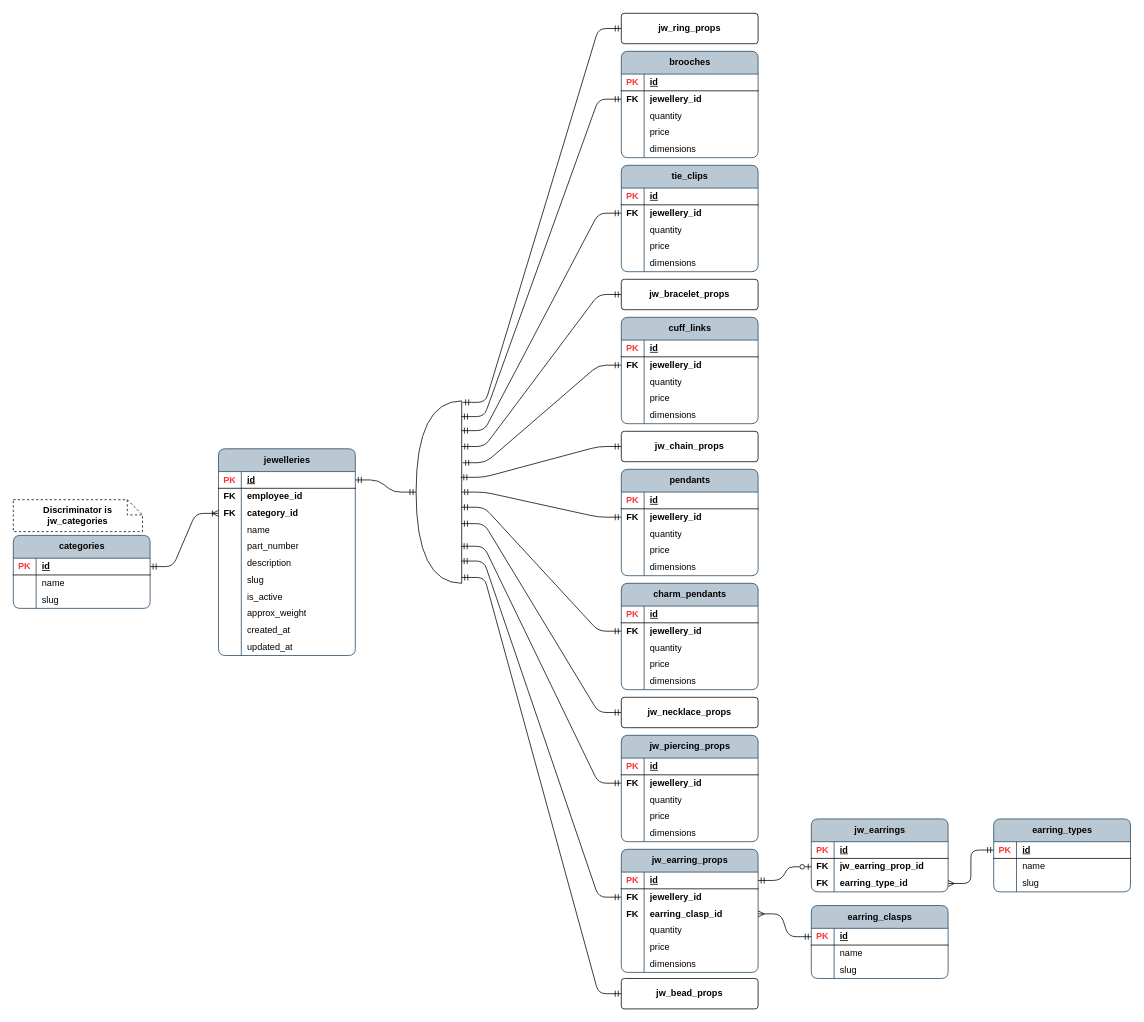
Local-development-environment/msg-brokers-publisher-consumer keeps this draw.io diagram as page "psql_jewellery" (1 of 13) of publisher/laravel-app/psql_jewellery_items.drawio. Above is the earlier version. Source tidied: cells renumbered, new cells numbered last; positions are measured from the earlier drawing's top-left corner, leaving out a move shared by most shapes. Both pictures are drawn from the tidied source at 76%, with x=0, y=0 at pixel (13, 13).
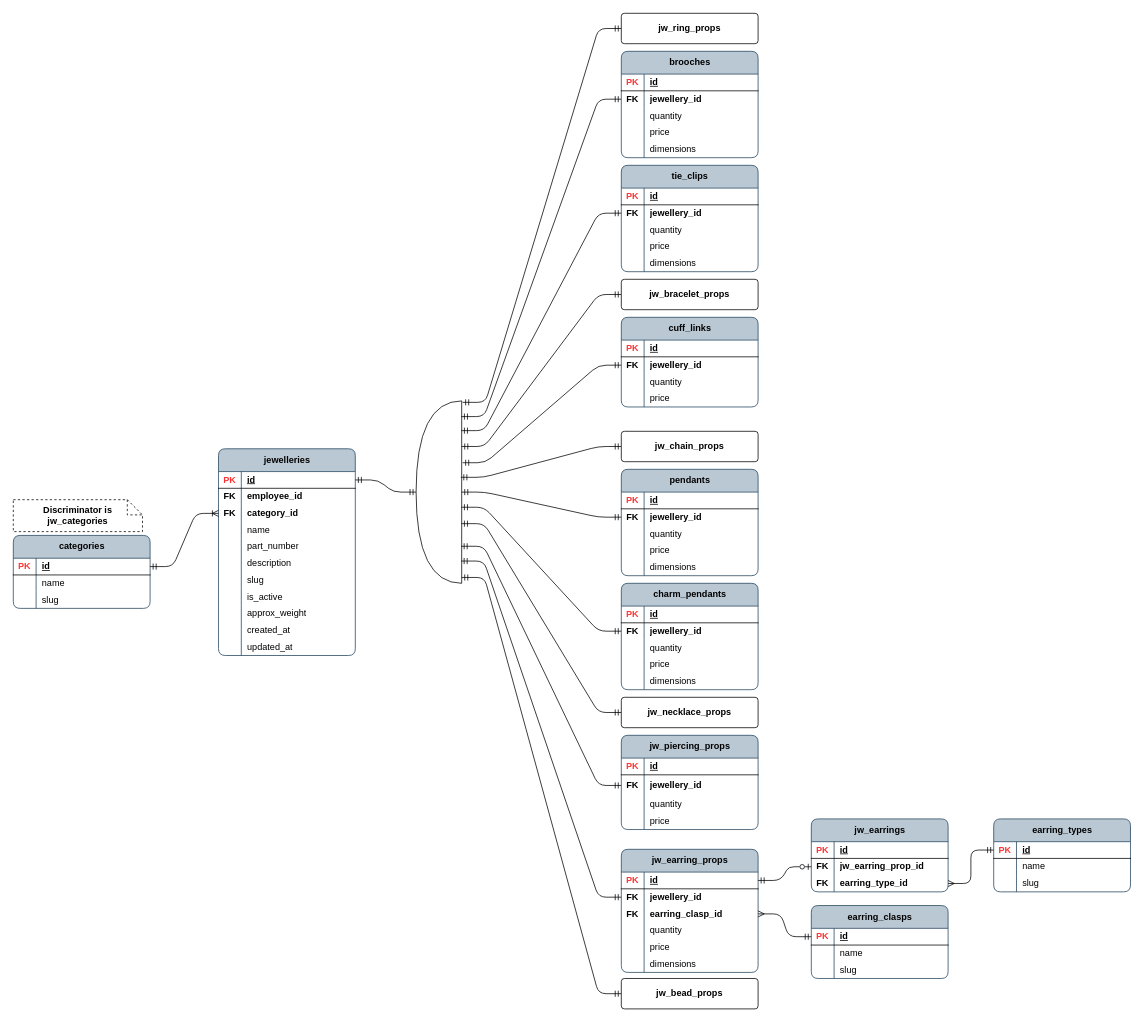
Above is the later version.

Change to the diagram source:
```diff
@@
     <mxCell id="95" value="cuff_links" style="shape=table;startSize=30;childLayout=tableLayout;rowLines=0;fontStyle=1;align=center;html=1;rounded=1;swimlaneFillColor=none;fillColor=#bac8d3;strokeColor=#23445d;columnLines=1;arcSize=10;" parent="1" vertex="1">
-      <mxGeometry x="800" y="400" width="180" height="140" as="geometry" />
+      <mxGeometry x="800" y="400" width="180" height="118" as="geometry" />
     </mxCell>
@@
-    <mxCell id="108" style="shape=tableRow;horizontal=0;startSize=0;swimlaneHead=0;swimlaneBody=0;fillColor=none;top=0;left=0;right=0;bottom=0;rounded=0;" parent="95" vertex="1">
-      <mxGeometry y="118" width="180" height="22" as="geometry" />
-    </mxCell>
-    <mxCell id="109" style="shape=partialRectangle;fillColor=none;top=0;left=0;bottom=0;right=0;overflow=hidden;whiteSpace=wrap;html=1;" parent="108" vertex="1">
-      <mxGeometry width="30" height="22" as="geometry" />
-    </mxCell>
-    <mxCell id="110" value="dimensions" style="shape=partialRectangle;fillColor=none;top=0;left=0;bottom=0;right=0;align=left;spacingLeft=6;overflow=hidden;whiteSpace=wrap;html=1;" parent="108" vertex="1">
-      <mxGeometry x="30" width="150" height="22" as="geometry" />
-    </mxCell>
@@
-    <mxCell id="145" value="jw_piercing_props" style="shape=table;startSize=30;childLayout=tableLayout;rowLines=0;fontStyle=1;align=center;html=1;rounded=1;swimlaneFillColor=default;fillColor=#bac8d3;strokeColor=#23445d;columnLines=1;arcSize=10;" parent="1" vertex="1">
-      <mxGeometry x="800" y="950" width="180" height="140" as="geometry" />
+    <mxCell id="145" value="jw_piercing_props" style="shape=table;startSize=30;childLayout=tableLayout;rowLines=0;fontStyle=1;align=center;html=1;rounded=1;swimlaneFillColor=none;fillColor=#bac8d3;strokeColor=#23445d;columnLines=1;arcSize=10;gradientColor=none;" parent="1" vertex="1">
+      <mxGeometry x="800" y="950" width="180" height="124" as="geometry" />
     </mxCell>
@@
     <mxCell id="149" style="shape=tableRow;horizontal=0;startSize=0;swimlaneHead=0;swimlaneBody=0;fillColor=none;points=[[0,0.5],[1,0.5]];portConstraint=eastwest;top=0;left=0;right=0;bottom=0;rounded=0;" parent="145" vertex="1">
-      <mxGeometry y="52" width="180" height="22" as="geometry" />
+      <mxGeometry y="52" width="180" height="28" as="geometry" />
     </mxCell>
     <mxCell id="150" value="&lt;b&gt;FK&lt;/b&gt;" style="shape=partialRectangle;fillColor=none;top=0;left=0;bottom=0;right=0;overflow=hidden;whiteSpace=wrap;html=1;" parent="149" vertex="1">
-      <mxGeometry width="30" height="22" as="geometry" />
+      <mxGeometry width="30" height="28" as="geometry" />
     </mxCell>
     <mxCell id="151" value="&lt;b&gt;jewellery_id&lt;/b&gt;" style="shape=partialRectangle;fillColor=none;top=0;left=0;bottom=0;right=0;align=left;spacingLeft=6;overflow=hidden;whiteSpace=wrap;html=1;" parent="149" vertex="1">
-      <mxGeometry x="30" width="150" height="22" as="geometry" />
+      <mxGeometry x="30" width="150" height="28" as="geometry" />
     </mxCell>
     <mxCell id="152" style="shape=tableRow;horizontal=0;startSize=0;swimlaneHead=0;swimlaneBody=0;fillColor=none;top=0;left=0;right=0;bottom=0;rounded=0;" parent="145" vertex="1">
-      <mxGeometry y="74" width="180" height="22" as="geometry" />
+      <mxGeometry y="80" width="180" height="22" as="geometry" />
     </mxCell>
@@
     <mxCell id="155" style="shape=tableRow;horizontal=0;startSize=0;swimlaneHead=0;swimlaneBody=0;fillColor=none;top=0;left=0;right=0;bottom=0;rounded=0;" parent="145" vertex="1">
-      <mxGeometry y="96" width="180" height="22" as="geometry" />
+      <mxGeometry y="102" width="180" height="22" as="geometry" />
     </mxCell>
@@
-    <mxCell id="158" style="shape=tableRow;horizontal=0;startSize=0;swimlaneHead=0;swimlaneBody=0;fillColor=none;top=0;left=0;right=0;bottom=0;rounded=0;" parent="145" vertex="1">
-      <mxGeometry y="118" width="180" height="22" as="geometry" />
-    </mxCell>
-    <mxCell id="159" style="shape=partialRectangle;fillColor=none;top=0;left=0;bottom=0;right=0;overflow=hidden;whiteSpace=wrap;html=1;" parent="158" vertex="1">
-      <mxGeometry width="30" height="22" as="geometry" />
-    </mxCell>
-    <mxCell id="160" value="dimensions" style="shape=partialRectangle;fillColor=none;top=0;left=0;bottom=0;right=0;align=left;spacingLeft=6;overflow=hidden;whiteSpace=wrap;html=1;" parent="158" vertex="1">
-      <mxGeometry x="30" width="150" height="22" as="geometry" />
-    </mxCell>
```
